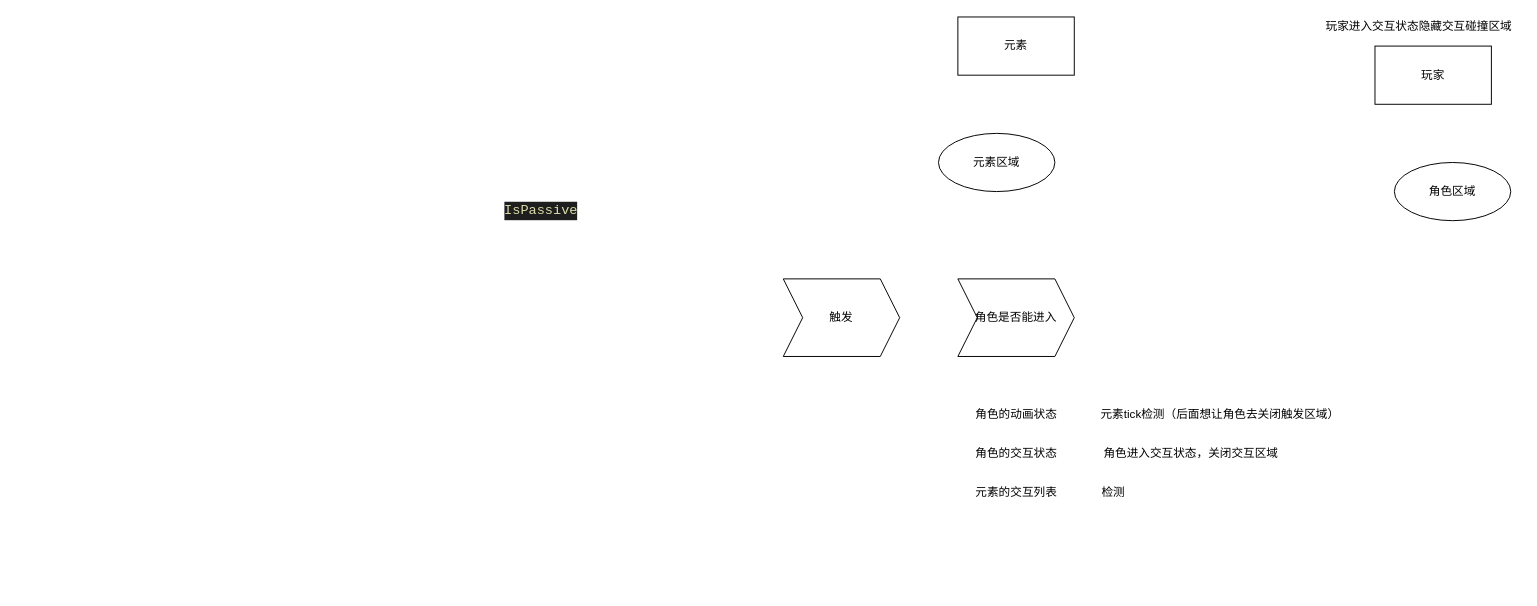
1995zmj/ZMJ keeps this draw.io diagram as page "交互区域" (4 of 4) of 交互.drawio. Above is the earlier version. Source tidied: cells renumbered, new cells numbered last; positions are measured from the earlier drawing's top-left corner, leaving out a move shared by most shapes. Both pictures are drawn from the tidied source at 97%, with x=0, y=0 at pixel (501, 16).
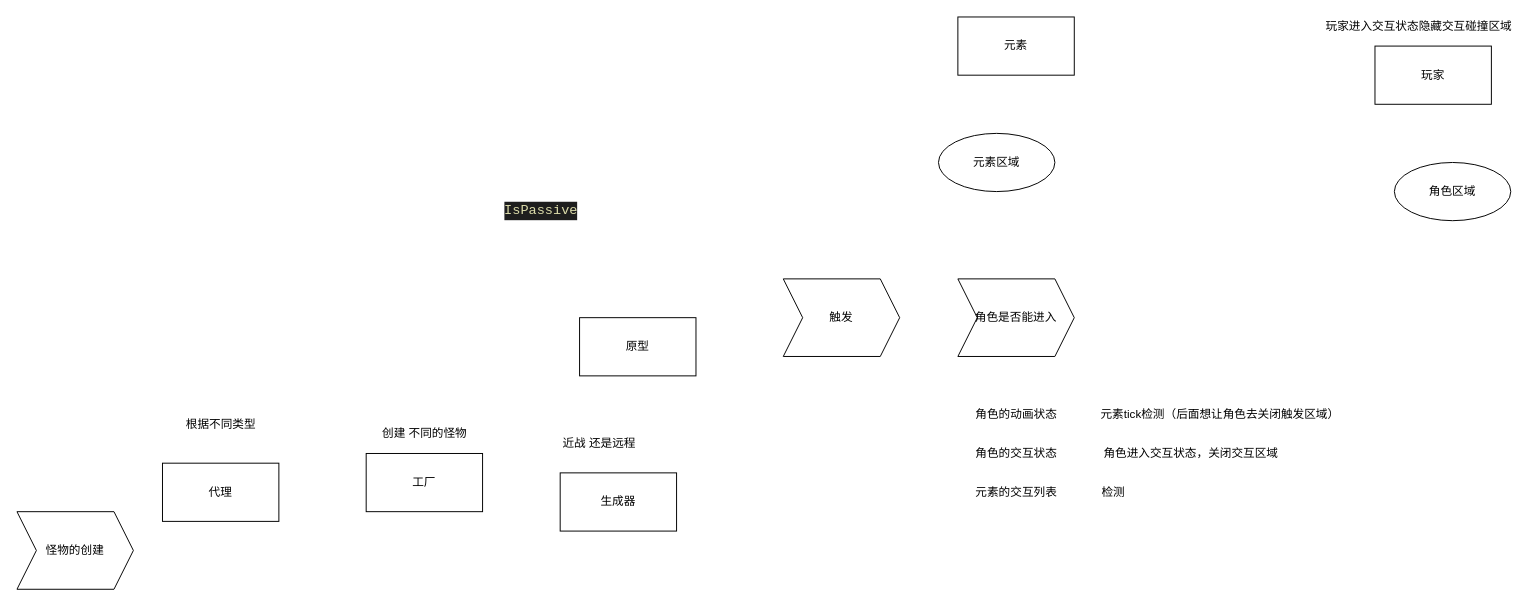
The same diagram, later.

What changed in the source:
```diff
@@
+    <mxCell id="16" value="怪物的创建" style="shape=step;perimeter=stepPerimeter;whiteSpace=wrap;html=1;fixedSize=1;" parent="1" vertex="1">
+      <mxGeometry x="-500" y="510" width="120" height="80" as="geometry" />
+    </mxCell>
+    <mxCell id="17" value="工厂" style="whiteSpace=wrap;html=1;" parent="1" vertex="1">
+      <mxGeometry x="-140" y="450" width="120" height="60" as="geometry" />
+    </mxCell>
+    <mxCell id="18" value="代理" style="whiteSpace=wrap;html=1;" parent="1" vertex="1">
+      <mxGeometry x="-350" y="460" width="120" height="60" as="geometry" />
+    </mxCell>
+    <mxCell id="19" value="根据不同类型" style="text;html=1;align=center;verticalAlign=middle;strokeColor=none;fillColor=none;" parent="1" vertex="1">
+      <mxGeometry x="-335" y="410" width="90" height="20" as="geometry" />
+    </mxCell>
+    <mxCell id="20" value="创建 不同的怪物" style="text;html=1;align=center;verticalAlign=middle;strokeColor=none;fillColor=none;" parent="1" vertex="1">
+      <mxGeometry x="-130" y="420" width="100" height="20" as="geometry" />
+    </mxCell>
+    <mxCell id="21" value="生成器" style="whiteSpace=wrap;html=1;" parent="1" vertex="1">
+      <mxGeometry x="60" y="470" width="120" height="60" as="geometry" />
+    </mxCell>
+    <mxCell id="22" value="近战 还是远程" style="text;html=1;align=center;verticalAlign=middle;strokeColor=none;fillColor=none;" parent="1" vertex="1">
+      <mxGeometry x="55" y="430" width="90" height="20" as="geometry" />
+    </mxCell>
+    <mxCell id="23" value="原型" style="whiteSpace=wrap;html=1;" parent="1" vertex="1">
+      <mxGeometry x="80" y="310" width="120" height="60" as="geometry" />
+    </mxCell>
```
